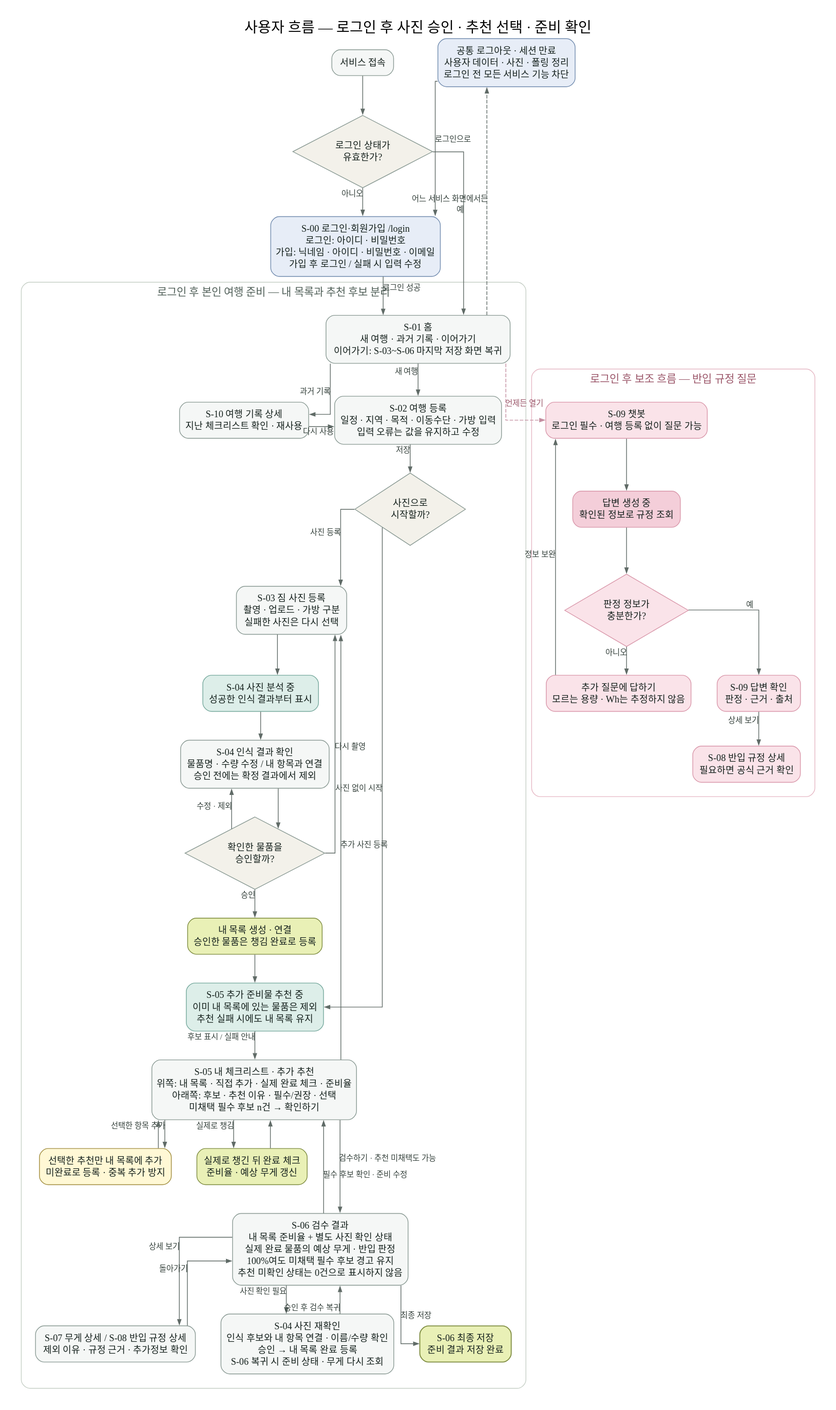
Above: docs/images/03-userflow.svg in SangMyeong5426/skala-mini-ai-web-service (PlantUML), before the change. Its source is kept beside it as docs/images/03-userflow.puml.
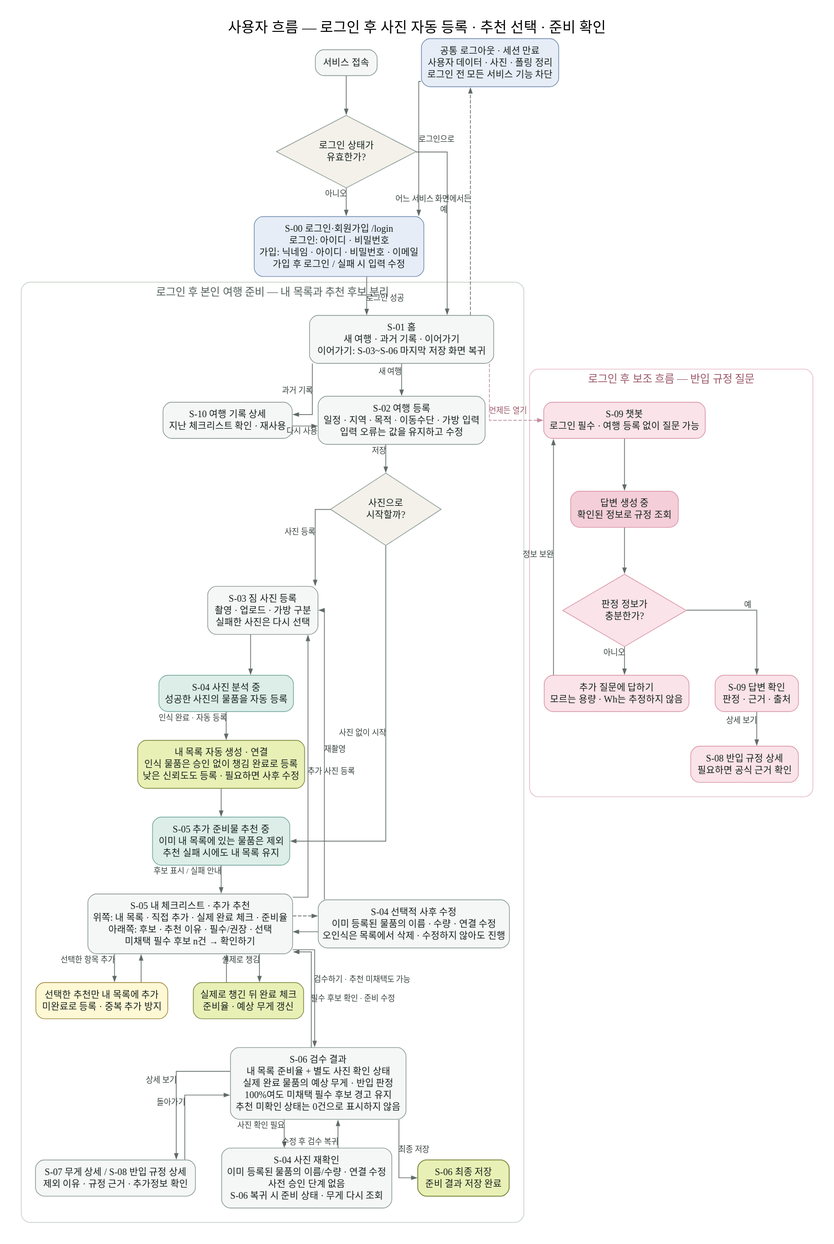
Above is the later version.

Change to the diagram source:
```diff
@@ -1,9 +1,9 @@
 @startdot
 digraph UserFlow {
-  // docs/03-wireframe.md · 2026-09-03 개정. 사진 승인과 추천 채택을 분리한다.
+  // docs/03-wireframe.md · 2026-09-03 개정. 사진 자동 등록과 추천 채택을 분리한다.
   graph [rankdir=TB, splines=ortho, nodesep=0.5, ranksep=0.55, pad=0.3,
     bgcolor="#FFFFFF", fontname="Apple SD Gothic Neo", fontsize=20,
-    label="사용자 흐름 — 로그인 후 사진 승인 · 추천 선택 · 준비 확인", labelloc=t]
+    label="사용자 흐름 — 로그인 후 사진 자동 등록 · 추천 선택 · 준비 확인", labelloc=t]
   node [shape=box, style="rounded,filled", margin="0.18,0.12",
     color="#8A9A94", fillcolor="#F5F7F6", fontcolor="#14201C",
     fontname="Apple SD Gothic Neo", fontsize=13, penwidth=1]
@@ -30,17 +30,16 @@
     trip [label="S-02 여행 등록\n일정 · 지역 · 목적 · 이동수단 · 가방 입력\n입력 오류는 값을 유지하고 수정"]
     photo_choice [shape=diamond, style=filled, fillcolor="#F3F1EA", label="사진으로\n시작할까?"]
     photo [label="S-03 짐 사진 등록\n촬영 · 업로드 · 가방 구분\n실패한 사진은 다시 선택"]
-    analyze [label="S-04 사진 분석 중\n성공한 인식 결과부터 표시", fillcolor="#DDEEE9", color="#75A89C"]
-    review [label="S-04 인식 결과 확인\n물품명 · 수량 수정 / 내 항목과 연결\n승인 전에는 확정 결과에서 제외"]
-    approve [shape=diamond, style=filled, fillcolor="#F3F1EA", label="확인한 물품을\n승인할까?"]
-    prepared [label="내 목록 생성 · 연결\n승인한 물품은 챙김 완료로 등록", fillcolor="#E9F0B6", color="#7D8B3F"]
+    analyze [label="S-04 사진 분석 중\n성공한 사진의 물품을 자동 등록", fillcolor="#DDEEE9", color="#75A89C"]
+    review [label="S-04 선택적 사후 수정\n이미 등록된 물품의 이름 · 수량 · 연결 수정\n오인식은 목록에서 삭제 · 수정하지 않아도 진행"]
+    prepared [label="내 목록 자동 생성 · 연결\n인식 물품은 승인 없이 챙김 완료로 등록\n낮은 신뢰도도 등록 · 필요하면 사후 수정", fillcolor="#E9F0B6", color="#7D8B3F"]
     recommend [label="S-05 추가 준비물 추천 중\n이미 내 목록에 있는 물품은 제외\n추천 실패 시에도 내 목록 유지", fillcolor="#DDEEE9", color="#75A89C"]
     list [label="S-05 내 체크리스트 · 추가 추천\n위쪽: 내 목록 · 직접 추가 · 실제 완료 체크 · 준비율\n아래쪽: 후보 · 추천 이유 · 필수/권장 · 선택\n미채택 필수 후보 n건 → 확인하기"]
     adopt [label="선택한 추천만 내 목록에 추가\n미완료로 등록 · 중복 추가 방지", fillcolor="#FFF8D5", color="#A08B3C"]
     pack [label="실제로 챙긴 뒤 완료 체크\n준비율 · 예상 무게 갱신", fillcolor="#E9F0B6", color="#7D8B3F"]
     result [label="S-06 검수 결과\n내 목록 준비율 + 별도 사진 확인 상태\n실제 완료 물품의 예상 무게 · 반입 판정\n100%여도 미채택 필수 후보 경고 유지\n추천 미확인 상태는 0건으로 표시하지 않음"]
     details [label="S-07 무게 상세 / S-08 반입 규정 상세\n제외 이유 · 규정 근거 · 추가정보 확인"]
-    photo_recheck [label="S-04 사진 재확인\n인식 후보와 내 항목 연결 · 이름/수량 확인\n승인 → 내 목록 완료 등록\nS-06 복귀 시 준비 상태 · 무게 다시 조회"]
+    photo_recheck [label="S-04 사진 재확인\n이미 등록된 물품의 이름/수량 · 연결 수정\n사전 승인 단계 없음\nS-06 복귀 시 준비 상태 · 무게 다시 조회"]
     saved [label="S-06 최종 저장\n준비 결과 저장 완료", fillcolor="#E9F0B6", color="#7D8B3F", penwidth=1.3]
 
     home -> trip [xlabel="새 여행"]
@@ -50,11 +49,10 @@
     photo_choice -> photo [xlabel="사진 등록"]
     photo_choice -> recommend [xlabel="사진 없이 시작"]
     photo -> analyze
-    analyze -> review
-    review -> approve
-    approve -> review [xlabel="수정 · 제외", constraint=false]
-    approve -> photo [xlabel="다시 촬영", constraint=false]
-    approve -> prepared [xlabel="승인"]
+    analyze -> prepared [xlabel="인식 완료 · 자동 등록"]
+    list -> review [style=dashed, constraint=false]
+    review -> list [constraint=false]
+    review -> photo [xlabel="재촬영", constraint=false]
     prepared -> recommend
     recommend -> list [xlabel="후보 표시 / 실패 안내"]
     list -> adopt [xlabel="선택한 항목 추가"]
@@ -65,12 +63,13 @@
     list -> result [xlabel="검수하기 · 추천 미채택도 가능", minlen=2]
     result -> list [xlabel="필수 후보 확인 · 준비 수정", constraint=false]
     result -> photo_recheck [xlabel="사진 확인 필요"]
-    photo_recheck -> result [xlabel="승인 후 검수 복귀", constraint=false]
+    photo_recheck -> result [xlabel="수정 후 검수 복귀", constraint=false]
     result -> details [xlabel="상세 보기"]
     details -> result [xlabel="돌아가기", constraint=false]
     result -> saved [xlabel="최종 저장"]
 
     { rank=same; trip; history }
+    { rank=same; list; review }
     { rank=same; adopt; pack }
     { rank=same; details; photo_recheck; saved }
   }
```
